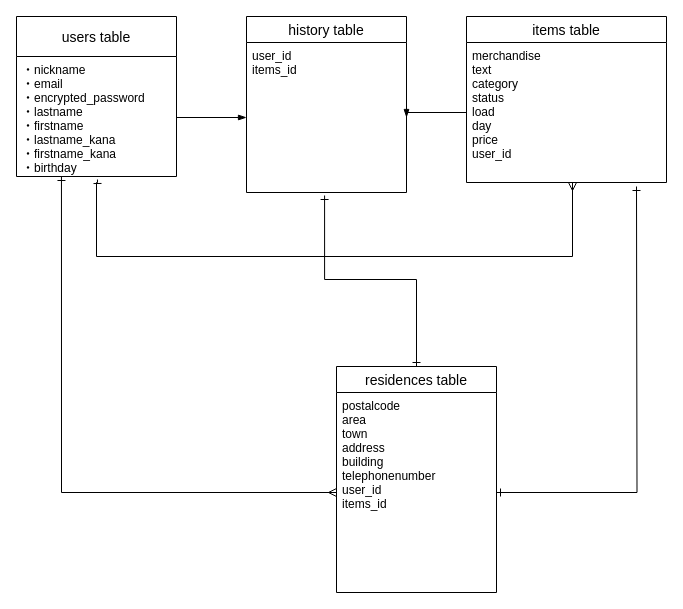
Before: ER.dio in konishitaku/furima-36579, a draw.io diagram. Source tidied: cells renumbered, new cells numbered last; positions are measured from the earlier drawing's top-left corner, leaving out a move shared by most shapes. Both pictures are drawn from the tidied source at 100%, with x=0, y=0 at pixel (16, 16).
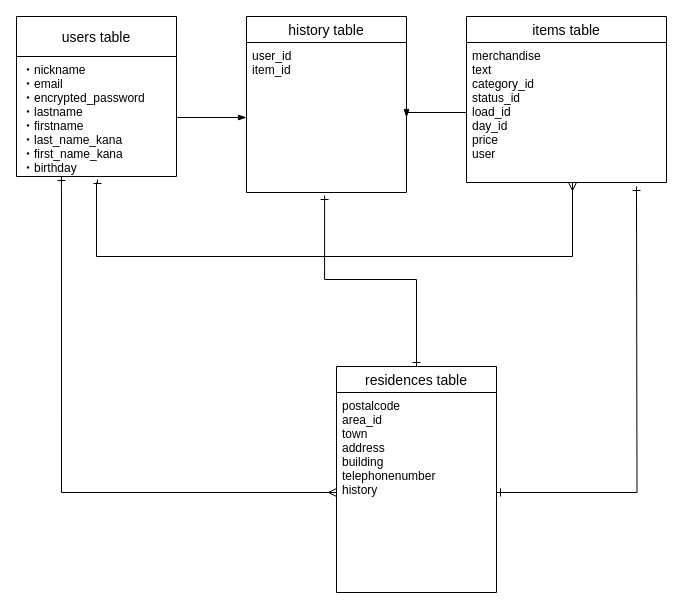
After the change.

The change refers to these unchanged cells:
```xml
<mxCell id="2" value="users table" style="swimlane;fontStyle=0;horizontal=1;startSize=40;align=center;fontSize=14;" parent="1" vertex="1">
  <mxGeometry width="160" height="160" as="geometry" />
</mxCell>
<mxCell id="4" value="items table" style="swimlane;fontStyle=0;horizontal=1;startSize=26;align=center;fontSize=14;" parent="1" vertex="1">
  <mxGeometry x="450" width="200" height="166" as="geometry" />
</mxCell>
<mxCell id="7" value="residences table" style="swimlane;fontStyle=0;horizontal=1;startSize=26;align=center;fontSize=14;" parent="1" vertex="1">
  <mxGeometry x="320" y="350" width="160" height="226" as="geometry" />
</mxCell>
<mxCell id="9" value="history table" style="swimlane;fontStyle=0;horizontal=1;startSize=26;align=center;fontSize=14;" parent="1" vertex="1">
  <mxGeometry x="230" width="160" height="176" as="geometry" />
</mxCell>
```

Diff of the diagram source:
```diff
@@
-    <mxCell id="3" value="・nickname&#10;・email&#10;・encrypted_password&#10;・lastname&#10;・firstname&#10;・lastname_kana&#10;・firstname_kana&#10;・birthday&#10;&#10;" style="text;strokeColor=none;fillColor=none;spacingLeft=4;spacingRight=4;overflow=hidden;points=[[0,0.5],[1,0.5]];portConstraint=eastwest;fontSize=12;" parent="2" vertex="1">
+    <mxCell id="3" value="・nickname&#10;・email&#10;・encrypted_password&#10;・lastname&#10;・firstname&#10;・last_name_kana&#10;・first_name_kana&#10;・birthday&#10;&#10;" style="text;strokeColor=none;fillColor=none;spacingLeft=4;spacingRight=4;overflow=hidden;points=[[0,0.5],[1,0.5]];portConstraint=eastwest;fontSize=12;" parent="2" vertex="1">
       <mxGeometry y="40" width="160" height="120" as="geometry" />
     </mxCell>
@@
-    <mxCell id="5" value="merchandise&#10;text&#10;category&#10;status&#10;load&#10;day&#10;price&#10;user_id" style="text;strokeColor=none;fillColor=none;spacingLeft=4;spacingRight=4;overflow=hidden;points=[[0,0.5],[1,0.5]];portConstraint=eastwest;fontSize=12;" parent="4" vertex="1">
+    <mxCell id="5" value="merchandise&#10;text&#10;category_id&#10;status_id&#10;load_id&#10;day_id&#10;price&#10;user" style="text;strokeColor=none;fillColor=none;spacingLeft=4;spacingRight=4;overflow=hidden;points=[[0,0.5],[1,0.5]];portConstraint=eastwest;fontSize=12;" parent="4" vertex="1">
       <mxGeometry y="26" width="200" height="140" as="geometry" />
     </mxCell>
@@
-    <mxCell id="8" value="postalcode&#10;area&#10;town&#10;address&#10;building&#10;telephonenumber&#10;user_id&#10;items_id" style="text;strokeColor=none;fillColor=none;spacingLeft=4;spacingRight=4;overflow=hidden;points=[[0,0.5],[1,0.5]];portConstraint=eastwest;fontSize=12;" parent="7" vertex="1">
+    <mxCell id="8" value="postalcode&#10;area_id&#10;town&#10;address&#10;building&#10;telephonenumber&#10;history" style="text;strokeColor=none;fillColor=none;spacingLeft=4;spacingRight=4;overflow=hidden;points=[[0,0.5],[1,0.5]];portConstraint=eastwest;fontSize=12;" parent="7" vertex="1">
       <mxGeometry y="26" width="160" height="200" as="geometry" />
     </mxCell>
@@
-    <mxCell id="10" value="user_id&#10;items_id" style="text;strokeColor=none;fillColor=none;spacingLeft=4;spacingRight=4;overflow=hidden;points=[[0,0.5],[1,0.5]];portConstraint=eastwest;fontSize=12;" parent="9" vertex="1">
+    <mxCell id="10" value="user_id&#10;item_id" style="text;strokeColor=none;fillColor=none;spacingLeft=4;spacingRight=4;overflow=hidden;points=[[0,0.5],[1,0.5]];portConstraint=eastwest;fontSize=12;" parent="9" vertex="1">
       <mxGeometry y="26" width="160" height="150" as="geometry" />
     </mxCell>
```
